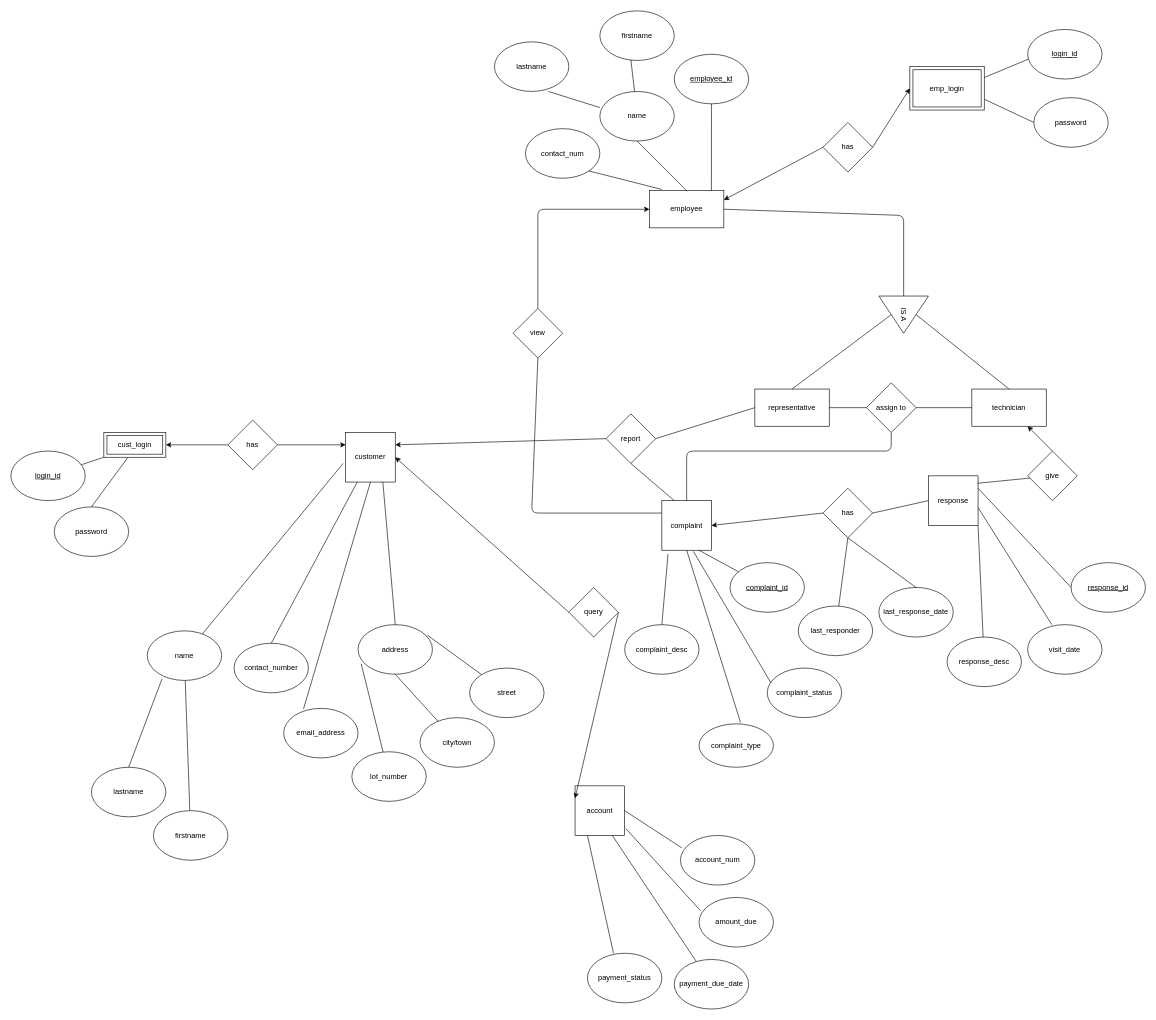
Above: New system diagram.drawio in AnastassiaA/MicroStar-CableVision-Project-Code (draw.io), before the change. Source tidied: cells renumbered, new cells numbered last; positions are measured from the earlier drawing's top-left corner, leaving out a move shared by most shapes. Both pictures are drawn from the tidied source at 62%, with x=0, y=0 at pixel (11, 11).
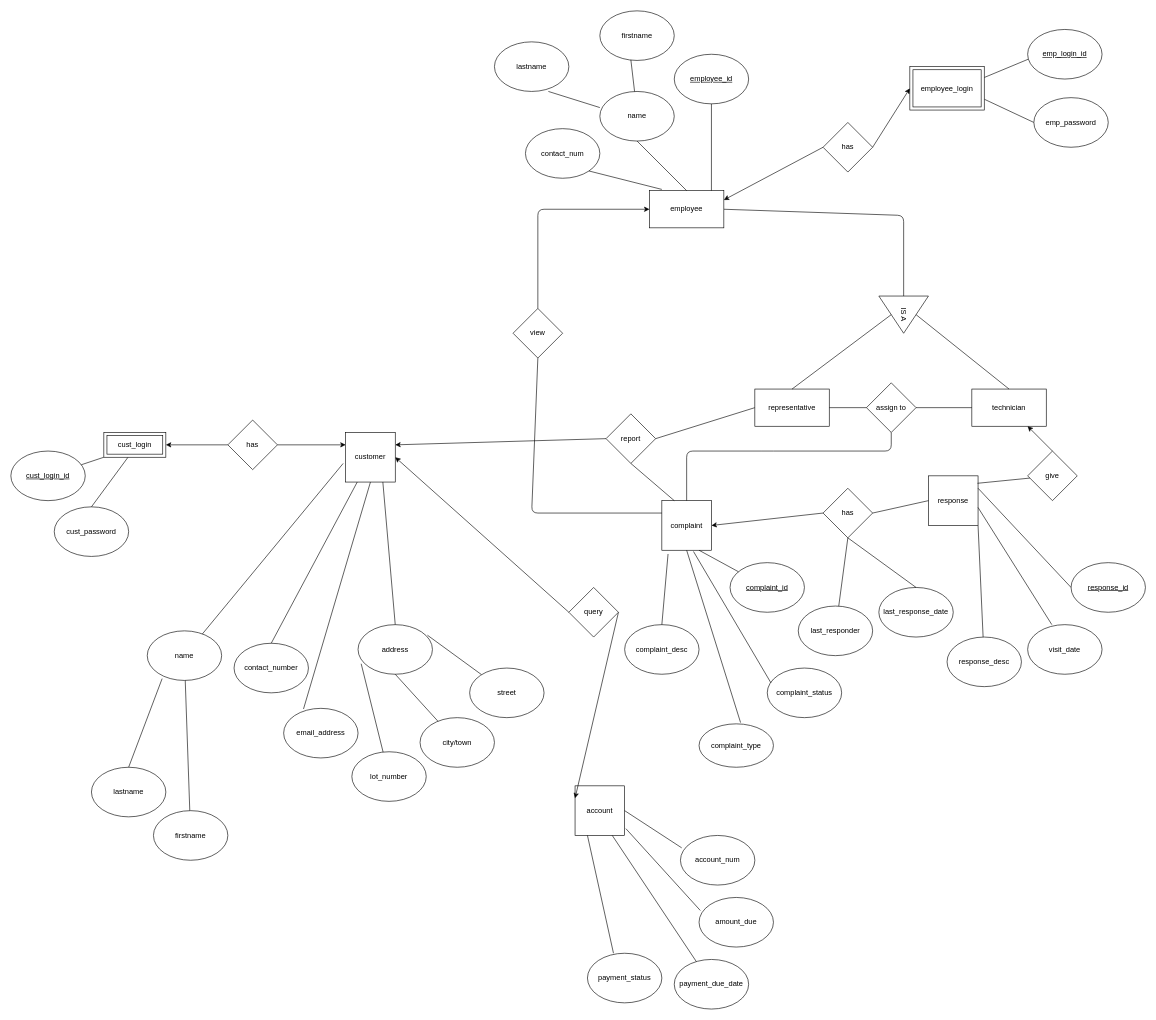
The same diagram, later.

The edit, as a diff of the source:
```diff
@@
-    <mxCell id="2" value="&lt;u&gt;login_id&lt;/u&gt;" style="ellipse;whiteSpace=wrap;html=1;" parent="1" vertex="1">
+    <mxCell id="2" value="&lt;u&gt;cust_login_id&lt;/u&gt;" style="ellipse;whiteSpace=wrap;html=1;" parent="1" vertex="1">
       <mxGeometry y="710" width="120" height="80" as="geometry" />
     </mxCell>
@@
-    <mxCell id="11" value="password" style="ellipse;whiteSpace=wrap;html=1;" parent="1" vertex="1">
+    <mxCell id="11" value="cust_password" style="ellipse;whiteSpace=wrap;html=1;" parent="1" vertex="1">
       <mxGeometry x="70" y="800" width="120" height="80" as="geometry" />
     </mxCell>
@@
-    <mxCell id="88" value="emp_login" style="shape=ext;margin=3;double=1;whiteSpace=wrap;html=1;align=center;" parent="1" vertex="1">
+    <mxCell id="88" value="employee_login" style="shape=ext;margin=3;double=1;whiteSpace=wrap;html=1;align=center;" parent="1" vertex="1">
       <mxGeometry x="1450" y="90" width="120" height="70" as="geometry" />
     </mxCell>
@@
-    <mxCell id="92" value="login_id" style="ellipse;whiteSpace=wrap;html=1;fontStyle=4;" parent="1" vertex="1">
+    <mxCell id="92" value="emp_login_id" style="ellipse;whiteSpace=wrap;html=1;fontStyle=4;" parent="1" vertex="1">
       <mxGeometry x="1640" y="30" width="120" height="80" as="geometry" />
     </mxCell>
-    <mxCell id="93" value="password" style="ellipse;whiteSpace=wrap;html=1;" parent="1" vertex="1">
+    <mxCell id="93" value="emp_password" style="ellipse;whiteSpace=wrap;html=1;" parent="1" vertex="1">
       <mxGeometry x="1650" y="140" width="120" height="80" as="geometry" />
     </mxCell>
```
